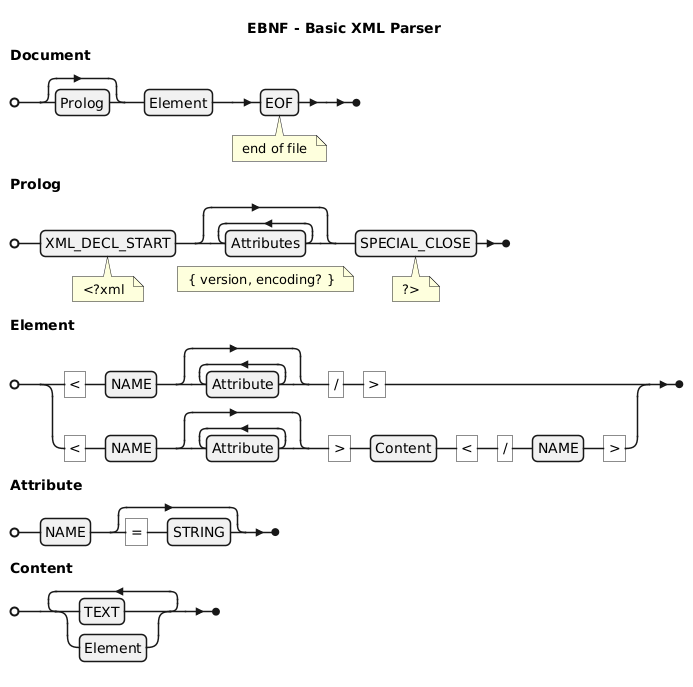
Before: implementations/ts-parser-xml/assets/images/parser-xml.png, a diagram exported from PlantUML (erkobridee/ds-ast).
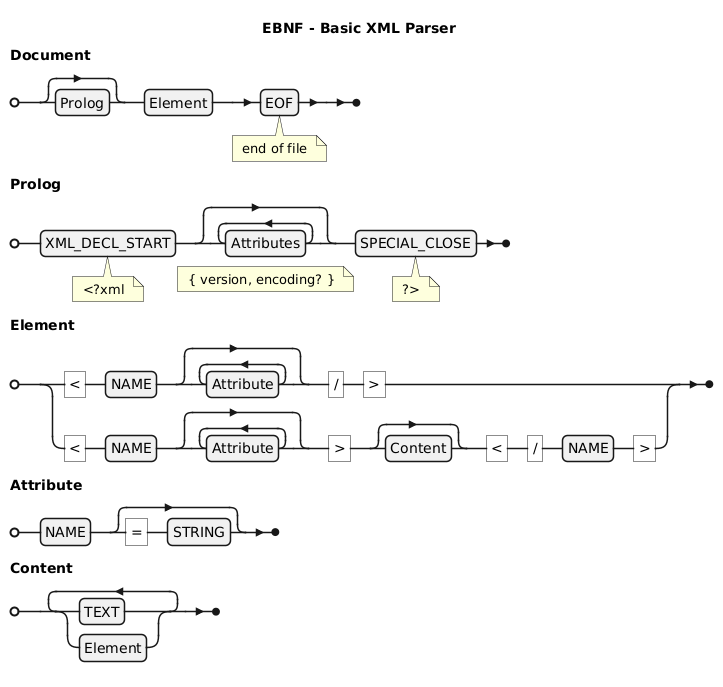
After the commit.

What changed in the source:
```diff
@@ -8,7 +8,7 @@
 
 Element = (
     "<" , NAME , { Attribute } , "/" , ">" |
-    "<" , NAME , { Attribute } , ">" , Content , "<" , "/" , NAME , ">"
+    "<" , NAME , { Attribute } , ">" , [ Content ] , "<" , "/" , NAME , ">"
   )
   ;
 
```
